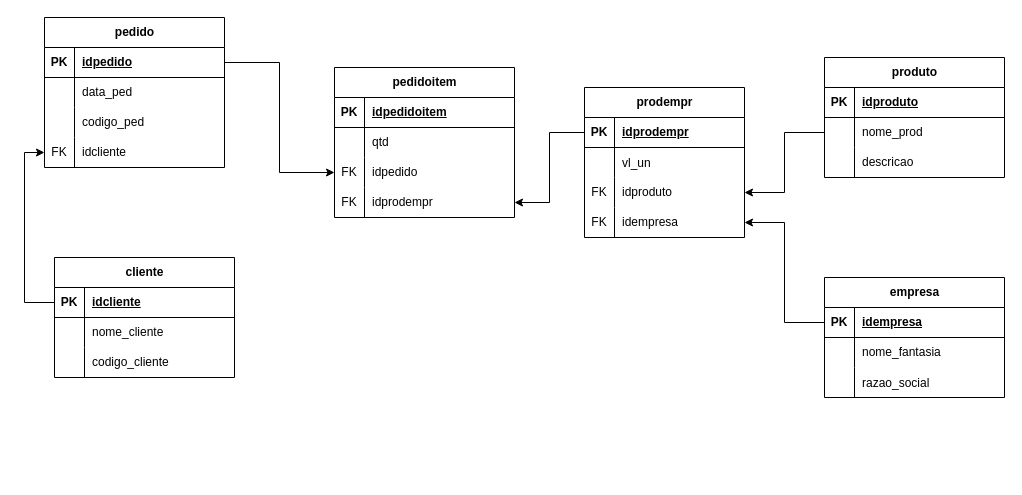
Monerat/SerraTec-POO-Grupo3 keeps this draw.io diagram as ProjetoPooGrupo3/DER BD.drawio. Above is the earlier version. Source tidied: cells renumbered, new cells numbered last; positions are measured from the earlier drawing's top-left corner, leaving out a move shared by most shapes. Both pictures are drawn from the tidied source at 100%, with x=0, y=0 at pixel (44, 17).
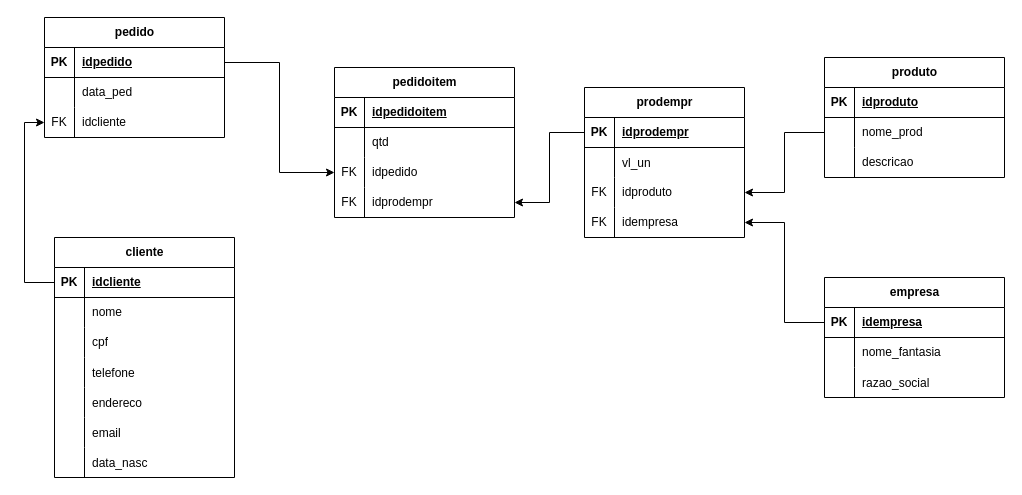
The same diagram, later.

Commit message (it also covers changes not shown here):
Alterando os atributos do DER

The change refers to these unchanged cells:
```xml
<mxCell id="6" style="shape=tableRow;horizontal=0;startSize=0;swimlaneHead=0;swimlaneBody=0;fillColor=none;top=0;left=0;right=0;bottom=0;" parent="2" vertex="1">
  <mxGeometry y="60" width="180" height="30" as="geometry" />
</mxCell>
<mxCell id="9" style="shape=tableRow;horizontal=0;startSize=0;swimlaneHead=0;swimlaneBody=0;fillColor=none;top=0;left=0;right=0;bottom=0;" parent="2" vertex="1">
  <mxGeometry y="90" width="180" height="30" as="geometry" />
</mxCell>
```

The edit, as a diff of the source:
```diff
@@
     <mxCell id="2" value="cliente" style="shape=table;startSize=30;childLayout=tableLayout;rowLines=0;fontStyle=1;align=center;html=1;" parent="1" vertex="1">
-      <mxGeometry x="10" y="240" width="180" height="120" as="geometry" />
+      <mxGeometry x="10" y="220" width="180" height="240" as="geometry" />
     </mxCell>
@@
-    <mxCell id="8" value="nome_cliente" style="shape=partialRectangle;fillColor=none;top=0;left=0;bottom=0;right=0;align=left;spacingLeft=6;overflow=hidden;whiteSpace=wrap;html=1;" parent="6" vertex="1">
+    <mxCell id="8" value="nome" style="shape=partialRectangle;fillColor=none;top=0;left=0;bottom=0;right=0;align=left;spacingLeft=6;overflow=hidden;whiteSpace=wrap;html=1;" parent="6" vertex="1">
       <mxGeometry x="30" width="150" height="30" as="geometry" />
     </mxCell>
@@
-    <mxCell id="11" value="codigo_cliente" style="shape=partialRectangle;fillColor=none;top=0;left=0;bottom=0;right=0;align=left;spacingLeft=6;overflow=hidden;whiteSpace=wrap;html=1;" parent="9" vertex="1">
+    <mxCell id="11" value="cpf" style="shape=partialRectangle;fillColor=none;top=0;left=0;bottom=0;right=0;align=left;spacingLeft=6;overflow=hidden;whiteSpace=wrap;html=1;" parent="9" vertex="1">
       <mxGeometry x="30" width="150" height="30" as="geometry" />
     </mxCell>
+    <mxCell id="76" style="shape=tableRow;horizontal=0;startSize=0;swimlaneHead=0;swimlaneBody=0;fillColor=none;top=0;left=0;right=0;bottom=0;" parent="2" vertex="1">
+      <mxGeometry y="120" width="180" height="30" as="geometry" />
+    </mxCell>
+    <mxCell id="77" style="shape=partialRectangle;fillColor=none;top=0;left=0;bottom=0;right=0;overflow=hidden;" parent="76" vertex="1">
+      <mxGeometry width="30" height="30" as="geometry" />
+    </mxCell>
+    <mxCell id="78" value="telefone" style="shape=partialRectangle;fillColor=none;top=0;left=0;bottom=0;right=0;align=left;spacingLeft=6;overflow=hidden;" parent="76" vertex="1">
+      <mxGeometry x="30" width="150" height="30" as="geometry" />
+    </mxCell>
+    <mxCell id="79" style="shape=tableRow;horizontal=0;startSize=0;swimlaneHead=0;swimlaneBody=0;fillColor=none;top=0;left=0;right=0;bottom=0;" parent="2" vertex="1">
+      <mxGeometry y="150" width="180" height="30" as="geometry" />
+    </mxCell>
+    <mxCell id="80" style="shape=partialRectangle;fillColor=none;top=0;left=0;bottom=0;right=0;overflow=hidden;" parent="79" vertex="1">
+      <mxGeometry width="30" height="30" as="geometry" />
+    </mxCell>
+    <mxCell id="81" value="endereco" style="shape=partialRectangle;fillColor=none;top=0;left=0;bottom=0;right=0;align=left;spacingLeft=6;overflow=hidden;" parent="79" vertex="1">
+      <mxGeometry x="30" width="150" height="30" as="geometry" />
+    </mxCell>
+    <mxCell id="82" style="shape=tableRow;horizontal=0;startSize=0;swimlaneHead=0;swimlaneBody=0;fillColor=none;top=0;left=0;right=0;bottom=0;" parent="2" vertex="1">
+      <mxGeometry y="180" width="180" height="30" as="geometry" />
+    </mxCell>
+    <mxCell id="83" style="shape=partialRectangle;fillColor=none;top=0;left=0;bottom=0;right=0;overflow=hidden;" parent="82" vertex="1">
+      <mxGeometry width="30" height="30" as="geometry" />
+    </mxCell>
+    <mxCell id="84" value="email" style="shape=partialRectangle;fillColor=none;top=0;left=0;bottom=0;right=0;align=left;spacingLeft=6;overflow=hidden;" parent="82" vertex="1">
+      <mxGeometry x="30" width="150" height="30" as="geometry" />
+    </mxCell>
+    <mxCell id="85" style="shape=tableRow;horizontal=0;startSize=0;swimlaneHead=0;swimlaneBody=0;fillColor=none;top=0;left=0;right=0;bottom=0;" parent="2" vertex="1">
+      <mxGeometry y="210" width="180" height="30" as="geometry" />
+    </mxCell>
+    <mxCell id="86" style="shape=partialRectangle;fillColor=none;top=0;left=0;bottom=0;right=0;overflow=hidden;" parent="85" vertex="1">
+      <mxGeometry width="30" height="30" as="geometry" />
+    </mxCell>
+    <mxCell id="87" value="data_nasc" style="shape=partialRectangle;fillColor=none;top=0;left=0;bottom=0;right=0;align=left;spacingLeft=6;overflow=hidden;" parent="85" vertex="1">
+      <mxGeometry x="30" width="150" height="30" as="geometry" />
+    </mxCell>
@@
     <mxCell id="22" value="pedido" style="shape=table;startSize=30;childLayout=tableLayout;rowLines=0;fontStyle=1;align=center;html=1;" parent="1" vertex="1">
-      <mxGeometry width="180" height="150" as="geometry" />
+      <mxGeometry width="180" height="120" as="geometry" />
     </mxCell>
@@
-    <mxCell id="29" style="shape=tableRow;horizontal=0;startSize=0;swimlaneHead=0;swimlaneBody=0;fillColor=none;top=0;left=0;right=0;bottom=0;" parent="22" vertex="1">
-      <mxGeometry y="90" width="180" height="30" as="geometry" />
-    </mxCell>
-    <mxCell id="30" style="shape=partialRectangle;fillColor=none;top=0;left=0;bottom=0;right=0;overflow=hidden;whiteSpace=wrap;html=1;" parent="29" vertex="1">
-      <mxGeometry width="30" height="30" as="geometry" />
-    </mxCell>
-    <mxCell id="31" value="codigo_ped" style="shape=partialRectangle;fillColor=none;top=0;left=0;bottom=0;right=0;align=left;spacingLeft=6;overflow=hidden;whiteSpace=wrap;html=1;" parent="29" vertex="1">
-      <mxGeometry x="30" width="150" height="30" as="geometry" />
-    </mxCell>
     <mxCell id="32" style="shape=tableRow;horizontal=0;startSize=0;swimlaneHead=0;swimlaneBody=0;fillColor=none;points=[[0,0.5],[1,0.5]];portConstraint=eastwest;top=0;left=0;right=0;bottom=0;" parent="22" vertex="1">
-      <mxGeometry y="120" width="180" height="30" as="geometry" />
+      <mxGeometry y="90" width="180" height="30" as="geometry" />
     </mxCell>
```
